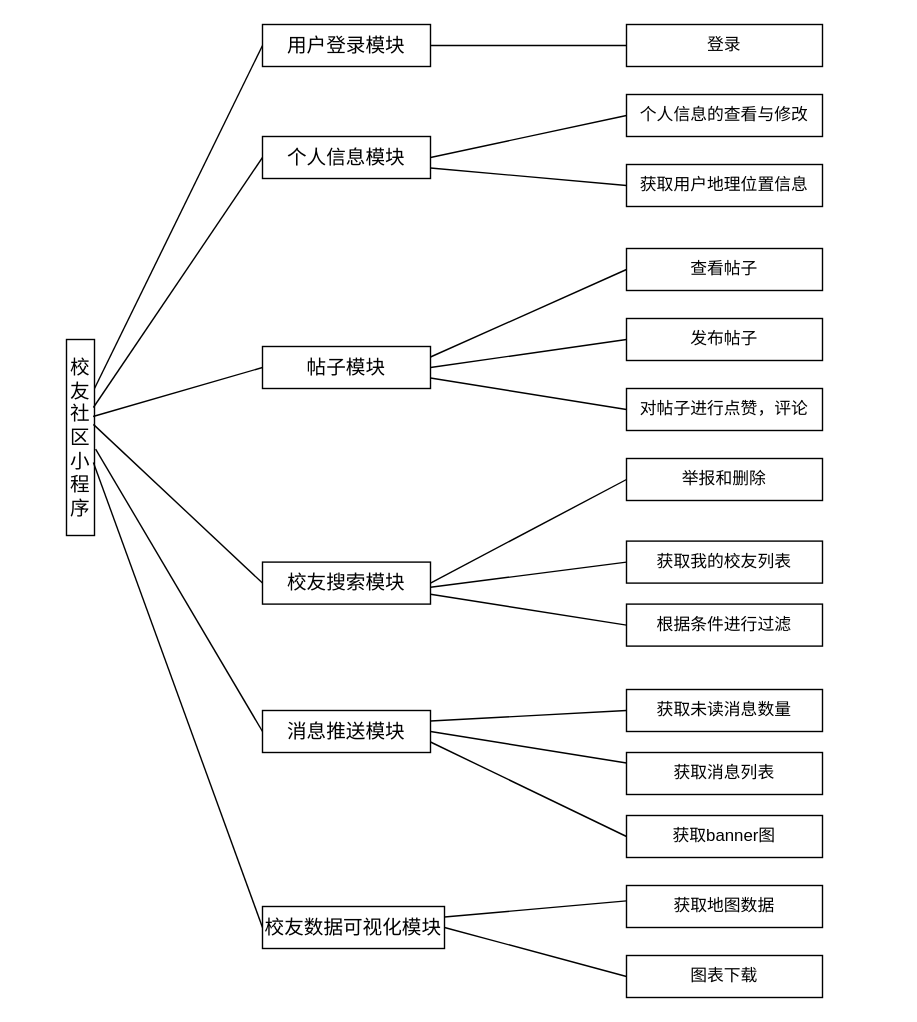
This is 系统功能结构图.drawio from geoffrey-h/code, a draw.io file, before an edit. Source tidied: cells renumbered, new cells numbered last; positions are measured from the earlier drawing's top-left corner, leaving out a move shared by most shapes. Both pictures are drawn from the tidied source at 140%, with x=0, y=0 at pixel (66, 24).
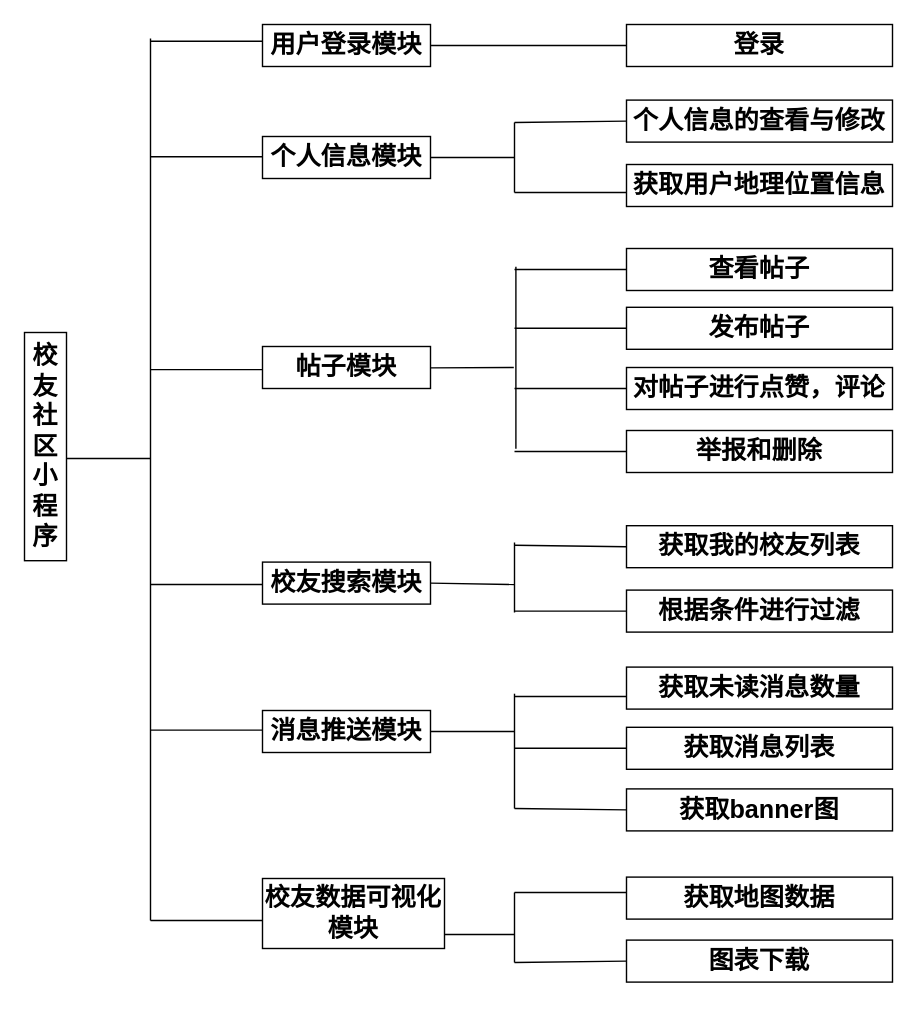
The same diagram, later.

Commit message:
更新系统功能结构图.drawio

Diff of the diagram source:
```diff
@@
-    <mxCell id="2" value="&lt;font style=&quot;font-size: 14px&quot;&gt;校友社区小程序&lt;/font&gt;" style="rounded=0;whiteSpace=wrap;html=1;direction=south;" parent="1" vertex="1">
-      <mxGeometry y="225" width="20" height="140" as="geometry" />
+    <mxCell id="2" value="&lt;font style=&quot;font-size: 18px&quot; face=&quot;宋体&quot;&gt;&lt;b&gt;校友社区小程序&lt;/b&gt;&lt;/font&gt;" style="rounded=0;whiteSpace=wrap;html=1;direction=south;" parent="1" vertex="1">
+      <mxGeometry x="-30" y="220" width="30" height="163" as="geometry" />
     </mxCell>
-    <mxCell id="3" value="&lt;font style=&quot;font-size: 14px&quot;&gt;用户登录模块&lt;/font&gt;" style="rounded=0;whiteSpace=wrap;html=1;" parent="1" vertex="1">
+    <mxCell id="3" value="&lt;font style=&quot;font-size: 18px&quot; face=&quot;宋体&quot;&gt;&lt;b&gt;用户登录模块&lt;/b&gt;&lt;/font&gt;" style="rounded=0;whiteSpace=wrap;html=1;" parent="1" vertex="1">
       <mxGeometry x="140" width="120" height="30" as="geometry" />
     </mxCell>
-    <mxCell id="4" value="&lt;font style=&quot;font-size: 14px&quot;&gt;个人信息模块&lt;/font&gt;" style="rounded=0;whiteSpace=wrap;html=1;" parent="1" vertex="1">
+    <mxCell id="4" value="&lt;font style=&quot;font-size: 18px&quot; face=&quot;宋体&quot;&gt;&lt;b&gt;个人信息模块&lt;/b&gt;&lt;/font&gt;" style="rounded=0;whiteSpace=wrap;html=1;" parent="1" vertex="1">
       <mxGeometry x="140" y="80" width="120" height="30" as="geometry" />
     </mxCell>
-    <mxCell id="5" value="&lt;font style=&quot;font-size: 14px&quot;&gt;帖子模块&lt;/font&gt;" style="rounded=0;whiteSpace=wrap;html=1;" parent="1" vertex="1">
+    <mxCell id="5" value="&lt;font style=&quot;font-size: 18px&quot; face=&quot;宋体&quot;&gt;&lt;b&gt;帖子模块&lt;/b&gt;&lt;/font&gt;" style="rounded=0;whiteSpace=wrap;html=1;" parent="1" vertex="1">
       <mxGeometry x="140" y="230" width="120" height="30" as="geometry" />
     </mxCell>
-    <mxCell id="6" value="&lt;font style=&quot;font-size: 14px&quot;&gt;校友搜索模块&lt;/font&gt;" style="rounded=0;whiteSpace=wrap;html=1;" parent="1" vertex="1">
+    <mxCell id="6" value="&lt;font style=&quot;font-size: 18px&quot; face=&quot;宋体&quot;&gt;&lt;b&gt;校友搜索模块&lt;/b&gt;&lt;/font&gt;" style="rounded=0;whiteSpace=wrap;html=1;" parent="1" vertex="1">
       <mxGeometry x="140" y="384" width="120" height="30" as="geometry" />
     </mxCell>
-    <mxCell id="7" value="&lt;font style=&quot;font-size: 14px&quot;&gt;消息推送模块&lt;/font&gt;" style="rounded=0;whiteSpace=wrap;html=1;" parent="1" vertex="1">
+    <mxCell id="7" value="&lt;font style=&quot;font-size: 18px&quot; face=&quot;宋体&quot;&gt;&lt;b&gt;消息推送模块&lt;/b&gt;&lt;/font&gt;" style="rounded=0;whiteSpace=wrap;html=1;" parent="1" vertex="1">
       <mxGeometry x="140" y="490" width="120" height="30" as="geometry" />
     </mxCell>
-    <mxCell id="8" value="&lt;font style=&quot;font-size: 14px&quot;&gt;校友数据可视化模块&lt;/font&gt;" style="rounded=0;whiteSpace=wrap;html=1;" parent="1" vertex="1">
-      <mxGeometry x="140" y="630" width="130" height="30" as="geometry" />
+    <mxCell id="8" value="&lt;font style=&quot;font-size: 18px&quot; face=&quot;宋体&quot;&gt;&lt;b&gt;校友数据可视化模块&lt;/b&gt;&lt;/font&gt;" style="rounded=0;whiteSpace=wrap;html=1;" parent="1" vertex="1">
+      <mxGeometry x="140" y="610" width="130" height="50" as="geometry" />
     </mxCell>
-    <mxCell id="9" value="登录" style="rounded=0;whiteSpace=wrap;html=1;" parent="1" vertex="1">
-      <mxGeometry x="400" width="140" height="30" as="geometry" />
+    <mxCell id="9" value="&lt;font style=&quot;font-size: 18px&quot; face=&quot;宋体&quot;&gt;&lt;b&gt;登录&lt;/b&gt;&lt;/font&gt;" style="rounded=0;whiteSpace=wrap;html=1;" parent="1" vertex="1">
+      <mxGeometry x="400" width="190" height="30" as="geometry" />
     </mxCell>
-    <mxCell id="10" value="个人信息的查看与修改" style="rounded=0;whiteSpace=wrap;html=1;" parent="1" vertex="1">
-      <mxGeometry x="400" y="50" width="140" height="30" as="geometry" />
+    <mxCell id="10" value="&lt;font style=&quot;font-size: 18px&quot; face=&quot;宋体&quot;&gt;&lt;b&gt;个人信息的查看与修改&lt;/b&gt;&lt;/font&gt;" style="rounded=0;whiteSpace=wrap;html=1;" parent="1" vertex="1">
+      <mxGeometry x="400" y="54" width="190" height="30" as="geometry" />
     </mxCell>
-    <mxCell id="11" value="获取用户地理位置信息" style="rounded=0;whiteSpace=wrap;html=1;" parent="1" vertex="1">
-      <mxGeometry x="400" y="100" width="140" height="30" as="geometry" />
+    <mxCell id="11" value="&lt;font style=&quot;font-size: 18px&quot; face=&quot;宋体&quot;&gt;&lt;b&gt;获取用户地理位置信息&lt;/b&gt;&lt;/font&gt;" style="rounded=0;whiteSpace=wrap;html=1;" parent="1" vertex="1">
+      <mxGeometry x="400" y="100" width="190" height="30" as="geometry" />
     </mxCell>
-    <mxCell id="12" value="查看帖子" style="rounded=0;whiteSpace=wrap;html=1;" parent="1" vertex="1">
-      <mxGeometry x="400" y="160" width="140" height="30" as="geometry" />
+    <mxCell id="12" value="&lt;font face=&quot;宋体&quot; style=&quot;font-size: 18px&quot;&gt;&lt;b&gt;查看帖子&lt;/b&gt;&lt;/font&gt;" style="rounded=0;whiteSpace=wrap;html=1;" parent="1" vertex="1">
+      <mxGeometry x="400" y="160" width="190" height="30" as="geometry" />
     </mxCell>
-    <mxCell id="13" value="发布帖子" style="rounded=0;whiteSpace=wrap;html=1;" parent="1" vertex="1">
-      <mxGeometry x="400" y="210" width="140" height="30" as="geometry" />
+    <mxCell id="13" value="&lt;font face=&quot;宋体&quot; style=&quot;font-size: 18px&quot;&gt;&lt;b&gt;发布帖子&lt;/b&gt;&lt;/font&gt;" style="rounded=0;whiteSpace=wrap;html=1;" parent="1" vertex="1">
+      <mxGeometry x="400" y="202" width="190" height="30" as="geometry" />
     </mxCell>
-    <mxCell id="14" value="对帖子进行点赞，评论" style="rounded=0;whiteSpace=wrap;html=1;" parent="1" vertex="1">
-      <mxGeometry x="400" y="260" width="140" height="30" as="geometry" />
+    <mxCell id="14" value="&lt;font face=&quot;宋体&quot; style=&quot;font-size: 18px&quot;&gt;&lt;b&gt;对帖子进行点赞，评论&lt;/b&gt;&lt;/font&gt;" style="rounded=0;whiteSpace=wrap;html=1;" parent="1" vertex="1">
+      <mxGeometry x="400" y="245" width="190" height="30" as="geometry" />
     </mxCell>
-    <mxCell id="15" value="举报和删除" style="rounded=0;whiteSpace=wrap;html=1;" parent="1" vertex="1">
-      <mxGeometry x="400" y="310" width="140" height="30" as="geometry" />
+    <mxCell id="15" value="&lt;font face=&quot;宋体&quot; style=&quot;font-size: 18px&quot;&gt;&lt;b&gt;举报和删除&lt;/b&gt;&lt;/font&gt;" style="rounded=0;whiteSpace=wrap;html=1;" parent="1" vertex="1">
+      <mxGeometry x="400" y="290" width="190" height="30" as="geometry" />
     </mxCell>
-    <mxCell id="16" value="获取我的校友列表" style="rounded=0;whiteSpace=wrap;html=1;" parent="1" vertex="1">
-      <mxGeometry x="400" y="369" width="140" height="30" as="geometry" />
+    <mxCell id="16" value="&lt;font style=&quot;font-size: 18px&quot; face=&quot;宋体&quot;&gt;&lt;b&gt;获取我的校友列表&lt;/b&gt;&lt;/font&gt;" style="rounded=0;whiteSpace=wrap;html=1;" parent="1" vertex="1">
+      <mxGeometry x="400" y="358" width="190" height="30" as="geometry" />
     </mxCell>
-    <mxCell id="17" value="根据条件进行过滤" style="rounded=0;whiteSpace=wrap;html=1;" parent="1" vertex="1">
-      <mxGeometry x="400" y="414" width="140" height="30" as="geometry" />
+    <mxCell id="17" value="&lt;font style=&quot;font-size: 18px&quot; face=&quot;宋体&quot;&gt;&lt;b&gt;根据条件进行过滤&lt;/b&gt;&lt;/font&gt;" style="rounded=0;whiteSpace=wrap;html=1;" parent="1" vertex="1">
+      <mxGeometry x="400" y="404" width="190" height="30" as="geometry" />
     </mxCell>
-    <mxCell id="18" value="获取未读消息数量" style="rounded=0;whiteSpace=wrap;html=1;" parent="1" vertex="1">
-      <mxGeometry x="400" y="475" width="140" height="30" as="geometry" />
+    <mxCell id="18" value="&lt;b&gt;&lt;font style=&quot;font-size: 18px&quot; face=&quot;宋体&quot;&gt;获取未读消息数量&lt;/font&gt;&lt;/b&gt;" style="rounded=0;whiteSpace=wrap;html=1;" parent="1" vertex="1">
+      <mxGeometry x="400" y="459" width="190" height="30" as="geometry" />
     </mxCell>
-    <mxCell id="19" value="获取消息列表" style="rounded=0;whiteSpace=wrap;html=1;" parent="1" vertex="1">
-      <mxGeometry x="400" y="520" width="140" height="30" as="geometry" />
+    <mxCell id="19" value="&lt;font style=&quot;font-size: 18px&quot; face=&quot;宋体&quot;&gt;&lt;b&gt;获取消息列表&lt;/b&gt;&lt;/font&gt;" style="rounded=0;whiteSpace=wrap;html=1;" parent="1" vertex="1">
+      <mxGeometry x="400" y="502" width="190" height="30" as="geometry" />
     </mxCell>
-    <mxCell id="20" value="获取banner图" style="rounded=0;whiteSpace=wrap;html=1;" parent="1" vertex="1">
-      <mxGeometry x="400" y="565" width="140" height="30" as="geometry" />
+    <mxCell id="20" value="&lt;font style=&quot;font-size: 18px&quot; face=&quot;宋体&quot;&gt;&lt;b&gt;获取banner图&lt;/b&gt;&lt;/font&gt;" style="rounded=0;whiteSpace=wrap;html=1;" parent="1" vertex="1">
+      <mxGeometry x="400" y="546" width="190" height="30" as="geometry" />
     </mxCell>
-    <mxCell id="21" value="获取地图数据" style="rounded=0;whiteSpace=wrap;html=1;" parent="1" vertex="1">
-      <mxGeometry x="400" y="615" width="140" height="30" as="geometry" />
+    <mxCell id="21" value="&lt;font face=&quot;宋体&quot; style=&quot;font-size: 18px&quot;&gt;&lt;b&gt;获取地图数据&lt;/b&gt;&lt;/font&gt;" style="rounded=0;whiteSpace=wrap;html=1;" parent="1" vertex="1">
+      <mxGeometry x="400" y="609" width="190" height="30" as="geometry" />
     </mxCell>
-    <mxCell id="22" value="图表下载" style="rounded=0;whiteSpace=wrap;html=1;" parent="1" vertex="1">
-      <mxGeometry x="400" y="665" width="140" height="30" as="geometry" />
+    <mxCell id="22" value="&lt;font style=&quot;font-size: 18px&quot; face=&quot;宋体&quot;&gt;&lt;b&gt;图表下载&lt;/b&gt;&lt;/font&gt;" style="rounded=0;whiteSpace=wrap;html=1;" parent="1" vertex="1">
+      <mxGeometry x="400" y="654" width="190" height="30" as="geometry" />
     </mxCell>
-    <mxCell id="23" style="endArrow=none;html=1;entryX=0;entryY=0.5;entryDx=0;entryDy=0;exitX=0.25;exitY=0;exitDx=0;exitDy=0;" parent="1" edge="1" source="2" target="3">
-      <mxGeometry relative="1" as="geometry" />
-    </mxCell>
-    <mxCell id="24" style="endArrow=none;html=1;entryX=0;entryY=0.5;entryDx=0;entryDy=0;exitX=0.347;exitY=0.04;exitDx=0;exitDy=0;exitPerimeter=0;" parent="1" edge="1" source="2" target="4">
-      <mxGeometry relative="1" as="geometry" />
-    </mxCell>
-    <mxCell id="25" style="endArrow=none;html=1;entryX=0;entryY=0.5;entryDx=0;entryDy=0;" parent="1" edge="1" target="5">
-      <mxGeometry relative="1" as="geometry">
-        <mxPoint x="19" y="280" as="sourcePoint" />
-      </mxGeometry>
-    </mxCell>
-    <mxCell id="26" style="endArrow=none;html=1;entryX=0;entryY=0.5;entryDx=0;entryDy=0;exitX=0.433;exitY=0.04;exitDx=0;exitDy=0;exitPerimeter=0;" parent="1" edge="1" source="2" target="6">
-      <mxGeometry relative="1" as="geometry" />
-    </mxCell>
-    <mxCell id="27" style="endArrow=none;html=1;entryX=0;entryY=0.5;entryDx=0;entryDy=0;exitX=0.559;exitY=-0.04;exitDx=0;exitDy=0;exitPerimeter=0;" parent="1" edge="1" source="2" target="7">
-      <mxGeometry relative="1" as="geometry" />
-    </mxCell>
-    <mxCell id="28" style="endArrow=none;html=1;entryX=0;entryY=0.5;entryDx=0;entryDy=0;exitX=0.627;exitY=0.04;exitDx=0;exitDy=0;exitPerimeter=0;" parent="1" edge="1" source="2" target="8">
-      <mxGeometry relative="1" as="geometry" />
-    </mxCell>
@@
-    <mxCell id="30" style="endArrow=none;html=1;entryX=0;entryY=0.5;entryDx=0;entryDy=0;exitX=1;exitY=0.5;exitDx=0;exitDy=0;" parent="1" edge="1" source="4" target="10">
-      <mxGeometry relative="1" as="geometry" />
-    </mxCell>
-    <mxCell id="31" style="endArrow=none;html=1;entryX=0;entryY=0.5;entryDx=0;entryDy=0;exitX=1;exitY=0.75;exitDx=0;exitDy=0;" parent="1" edge="1" source="4" target="11">
-      <mxGeometry relative="1" as="geometry" />
-    </mxCell>
-    <mxCell id="32" style="endArrow=none;html=1;entryX=0;entryY=0.5;entryDx=0;entryDy=0;exitX=1;exitY=0.25;exitDx=0;exitDy=0;" parent="1" edge="1" source="5" target="12">
-      <mxGeometry relative="1" as="geometry" />
-    </mxCell>
-    <mxCell id="33" style="endArrow=none;html=1;entryX=0;entryY=0.5;entryDx=0;entryDy=0;exitX=1;exitY=0.5;exitDx=0;exitDy=0;entryPerimeter=0;" parent="1" edge="1" source="5" target="13">
-      <mxGeometry relative="1" as="geometry" />
-    </mxCell>
-    <mxCell id="34" style="endArrow=none;html=1;entryX=0;entryY=0.5;entryDx=0;entryDy=0;exitX=1;exitY=0.75;exitDx=0;exitDy=0;" parent="1" edge="1" source="5" target="14">
-      <mxGeometry relative="1" as="geometry" />
-    </mxCell>
-    <mxCell id="35" style="endArrow=none;html=1;entryX=0;entryY=0.5;entryDx=0;entryDy=0;" parent="1" edge="1" target="15">
-      <mxGeometry relative="1" as="geometry">
-        <mxPoint x="260" y="399" as="sourcePoint" />
-      </mxGeometry>
-    </mxCell>
-    <mxCell id="36" style="endArrow=none;html=1;entryX=0;entryY=0.5;entryDx=0;entryDy=0;exitX=1;exitY=0.6;exitDx=0;exitDy=0;exitPerimeter=0;" parent="1" edge="1" source="6" target="16">
-      <mxGeometry relative="1" as="geometry" />
-    </mxCell>
-    <mxCell id="37" style="endArrow=none;html=1;entryX=0;entryY=0.5;entryDx=0;entryDy=0;" parent="1" edge="1" target="17">
-      <mxGeometry relative="1" as="geometry">
-        <mxPoint x="260" y="407" as="sourcePoint" />
-      </mxGeometry>
-    </mxCell>
-    <mxCell id="38" style="endArrow=none;html=1;entryX=0;entryY=0.5;entryDx=0;entryDy=0;exitX=1;exitY=0.25;exitDx=0;exitDy=0;" parent="1" edge="1" source="7" target="18">
-      <mxGeometry relative="1" as="geometry" />
-    </mxCell>
-    <mxCell id="39" style="endArrow=none;html=1;entryX=0;entryY=0.25;entryDx=0;entryDy=0;exitX=1;exitY=0.5;exitDx=0;exitDy=0;" parent="1" edge="1" source="7" target="19">
-      <mxGeometry relative="1" as="geometry" />
-    </mxCell>
-    <mxCell id="40" style="endArrow=none;html=1;entryX=0;entryY=0.5;entryDx=0;entryDy=0;exitX=1;exitY=0.75;exitDx=0;exitDy=0;" parent="1" edge="1" source="7" target="20">
-      <mxGeometry relative="1" as="geometry" />
-    </mxCell>
-    <mxCell id="41" style="endArrow=none;html=1;exitX=1;exitY=0.25;exitDx=0;exitDy=0;" parent="1" edge="1" source="8">
-      <mxGeometry relative="1" as="geometry">
-        <mxPoint x="400" y="626" as="targetPoint" />
-      </mxGeometry>
-    </mxCell>
-    <mxCell id="42" style="endArrow=none;html=1;exitX=1;exitY=0.5;exitDx=0;exitDy=0;entryX=0;entryY=0.5;entryDx=0;entryDy=0;" parent="1" edge="1" source="8" target="22">
-      <mxGeometry relative="1" as="geometry" />
-    </mxCell>
+    <mxCell id="43" style="endArrow=none;html=1;" parent="1" edge="1">
+      <mxGeometry relative="1" as="geometry">
+        <mxPoint x="60" y="640" as="sourcePoint" />
+        <mxPoint x="60" y="10" as="targetPoint" />
+      </mxGeometry>
+    </mxCell>
+    <mxCell id="44" style="endArrow=none;html=1;entryX=0;entryY=0.5;entryDx=0;entryDy=0;" parent="1" edge="1">
+      <mxGeometry relative="1" as="geometry">
+        <mxPoint x="60" y="12" as="sourcePoint" />
+        <mxPoint x="140" y="12" as="targetPoint" />
+      </mxGeometry>
+    </mxCell>
+    <mxCell id="45" style="endArrow=none;html=1;entryX=0;entryY=0.5;entryDx=0;entryDy=0;" parent="1" edge="1">
+      <mxGeometry relative="1" as="geometry">
+        <mxPoint x="60" y="94.5" as="sourcePoint" />
+        <mxPoint x="140" y="94.5" as="targetPoint" />
+      </mxGeometry>
+    </mxCell>
+    <mxCell id="46" style="endArrow=none;html=1;entryX=0;entryY=0.5;entryDx=0;entryDy=0;" parent="1" edge="1">
+      <mxGeometry relative="1" as="geometry">
+        <mxPoint x="60" y="246.5" as="sourcePoint" />
+        <mxPoint x="140" y="246.5" as="targetPoint" />
+      </mxGeometry>
+    </mxCell>
+    <mxCell id="47" style="endArrow=none;html=1;entryX=0;entryY=0.5;entryDx=0;entryDy=0;" parent="1" edge="1">
+      <mxGeometry relative="1" as="geometry">
+        <mxPoint x="60" y="400" as="sourcePoint" />
+        <mxPoint x="140" y="400" as="targetPoint" />
+      </mxGeometry>
+    </mxCell>
+    <mxCell id="48" style="endArrow=none;html=1;entryX=0;entryY=0.5;entryDx=0;entryDy=0;" parent="1" edge="1">
+      <mxGeometry relative="1" as="geometry">
+        <mxPoint x="60" y="504" as="sourcePoint" />
+        <mxPoint x="140" y="504" as="targetPoint" />
+      </mxGeometry>
+    </mxCell>
+    <mxCell id="49" style="endArrow=none;html=1;entryX=0;entryY=0.5;entryDx=0;entryDy=0;" parent="1" edge="1">
+      <mxGeometry relative="1" as="geometry">
+        <mxPoint x="60" y="640" as="sourcePoint" />
+        <mxPoint x="140" y="640" as="targetPoint" />
+      </mxGeometry>
+    </mxCell>
+    <mxCell id="50" style="endArrow=none;html=1;" parent="1" edge="1">
+      <mxGeometry relative="1" as="geometry">
+        <mxPoint y="310" as="sourcePoint" />
+        <mxPoint x="60" y="310" as="targetPoint" />
+      </mxGeometry>
+    </mxCell>
+    <mxCell id="51" style="endArrow=none;html=1;exitX=1;exitY=0.5;exitDx=0;exitDy=0;" parent="1" edge="1" source="4">
+      <mxGeometry relative="1" as="geometry">
+        <mxPoint x="320" y="95" as="targetPoint" />
+      </mxGeometry>
+    </mxCell>
+    <mxCell id="52" style="endArrow=none;html=1;exitX=1;exitY=0.5;exitDx=0;exitDy=0;" parent="1" edge="1">
+      <mxGeometry relative="1" as="geometry">
+        <mxPoint x="259.8" y="245.3" as="sourcePoint" />
+        <mxPoint x="319.5" y="245" as="targetPoint" />
+      </mxGeometry>
+    </mxCell>
+    <mxCell id="53" style="endArrow=none;html=1;exitX=1;exitY=0.5;exitDx=0;exitDy=0;" parent="1" edge="1" source="6">
+      <mxGeometry relative="1" as="geometry">
+        <mxPoint x="320" y="400" as="targetPoint" />
+      </mxGeometry>
+    </mxCell>
+    <mxCell id="54" style="endArrow=none;html=1;exitX=1;exitY=0.5;exitDx=0;exitDy=0;" parent="1" edge="1" source="7">
+      <mxGeometry relative="1" as="geometry">
+        <mxPoint x="320" y="505" as="targetPoint" />
+      </mxGeometry>
+    </mxCell>
+    <mxCell id="55" style="endArrow=none;html=1;fontFamily=Helvetica;fontSize=11;fontColor=#000000;align=center;strokeColor=#000000;" parent="1" edge="1">
+      <mxGeometry relative="1" as="geometry">
+        <mxPoint x="270" y="650" as="sourcePoint" />
+        <mxPoint x="320" y="650" as="targetPoint" />
+      </mxGeometry>
+    </mxCell>
+    <mxCell id="56" style="endArrow=none;html=1;" parent="1" edge="1">
+      <mxGeometry relative="1" as="geometry">
+        <mxPoint x="320" y="120" as="sourcePoint" />
+        <mxPoint x="320" y="70" as="targetPoint" />
+      </mxGeometry>
+    </mxCell>
+    <mxCell id="57" style="endArrow=none;html=1;entryX=0;entryY=0.5;entryDx=0;entryDy=0;" parent="1" edge="1" target="10">
+      <mxGeometry relative="1" as="geometry">
+        <mxPoint x="320" y="70" as="sourcePoint" />
+      </mxGeometry>
+    </mxCell>
+    <mxCell id="58" style="endArrow=none;html=1;" parent="1" edge="1">
+      <mxGeometry relative="1" as="geometry">
+        <mxPoint x="320" y="120" as="sourcePoint" />
+        <mxPoint x="400" y="120" as="targetPoint" />
+      </mxGeometry>
+    </mxCell>
+    <mxCell id="59" style="endArrow=none;html=1;" parent="1" edge="1">
+      <mxGeometry relative="1" as="geometry">
+        <mxPoint x="321" y="173" as="sourcePoint" />
+        <mxPoint x="321" y="303" as="targetPoint" />
+      </mxGeometry>
+    </mxCell>
+    <mxCell id="60" style="endArrow=none;html=1;entryX=0;entryY=0.5;entryDx=0;entryDy=0;" parent="1" edge="1" target="12">
+      <mxGeometry relative="1" as="geometry">
+        <mxPoint x="320" y="175" as="sourcePoint" />
+      </mxGeometry>
+    </mxCell>
+    <mxCell id="61" style="endArrow=none;html=1;entryX=0;entryY=0.5;entryDx=0;entryDy=0;" parent="1" edge="1" target="13">
+      <mxGeometry relative="1" as="geometry">
+        <mxPoint x="320" y="217" as="sourcePoint" />
+      </mxGeometry>
+    </mxCell>
+    <mxCell id="62" style="endArrow=none;html=1;entryX=0;entryY=0.5;entryDx=0;entryDy=0;" parent="1" edge="1" target="14">
+      <mxGeometry relative="1" as="geometry">
+        <mxPoint x="320" y="260" as="sourcePoint" />
+      </mxGeometry>
+    </mxCell>
+    <mxCell id="63" style="endArrow=none;html=1;entryX=0;entryY=0.5;entryDx=0;entryDy=0;" parent="1" edge="1" target="15">
+      <mxGeometry relative="1" as="geometry">
+        <mxPoint x="320" y="305" as="sourcePoint" />
+      </mxGeometry>
+    </mxCell>
+    <mxCell id="64" style="endArrow=none;html=1;" parent="1" edge="1">
+      <mxGeometry relative="1" as="geometry">
+        <mxPoint x="320" y="420" as="sourcePoint" />
+        <mxPoint x="320" y="370" as="targetPoint" />
+      </mxGeometry>
+    </mxCell>
+    <mxCell id="65" style="endArrow=none;html=1;entryX=0;entryY=0.5;entryDx=0;entryDy=0;" parent="1" edge="1" target="16">
+      <mxGeometry relative="1" as="geometry">
+        <mxPoint x="320" y="372" as="sourcePoint" />
+      </mxGeometry>
+    </mxCell>
+    <mxCell id="66" style="endArrow=none;html=1;" parent="1" edge="1" source="17">
+      <mxGeometry relative="1" as="geometry">
+        <mxPoint x="320" y="419" as="targetPoint" />
+      </mxGeometry>
+    </mxCell>
+    <mxCell id="67" style="endArrow=none;html=1;" parent="1" edge="1">
+      <mxGeometry relative="1" as="geometry">
+        <mxPoint x="320" y="560" as="sourcePoint" />
+        <mxPoint x="320" y="478" as="targetPoint" />
+      </mxGeometry>
+    </mxCell>
+    <mxCell id="68" style="endArrow=none;html=1;" parent="1" edge="1">
+      <mxGeometry relative="1" as="geometry">
+        <mxPoint x="320" y="480" as="sourcePoint" />
+        <mxPoint x="400" y="480" as="targetPoint" />
+      </mxGeometry>
+    </mxCell>
+    <mxCell id="69" style="endArrow=none;html=1;" parent="1" edge="1">
+      <mxGeometry relative="1" as="geometry">
+        <mxPoint x="320" y="517" as="sourcePoint" />
+        <mxPoint x="400" y="517" as="targetPoint" />
+      </mxGeometry>
+    </mxCell>
+    <mxCell id="70" style="endArrow=none;html=1;entryX=0;entryY=0.5;entryDx=0;entryDy=0;" parent="1" edge="1" target="20">
+      <mxGeometry relative="1" as="geometry">
+        <mxPoint x="320" y="560" as="sourcePoint" />
+      </mxGeometry>
+    </mxCell>
+    <mxCell id="71" style="endArrow=none;html=1;" parent="1" edge="1">
+      <mxGeometry relative="1" as="geometry">
+        <mxPoint x="320" y="670" as="sourcePoint" />
+        <mxPoint x="320" y="620" as="targetPoint" />
+      </mxGeometry>
+    </mxCell>
+    <mxCell id="72" style="endArrow=none;html=1;" parent="1" edge="1">
+      <mxGeometry relative="1" as="geometry">
+        <mxPoint x="320" y="620" as="sourcePoint" />
+        <mxPoint x="400" y="620" as="targetPoint" />
+      </mxGeometry>
+    </mxCell>
+    <mxCell id="73" style="endArrow=none;html=1;entryX=0;entryY=0.5;entryDx=0;entryDy=0;" parent="1" edge="1" target="22">
+      <mxGeometry relative="1" as="geometry">
+        <mxPoint x="320" y="670" as="sourcePoint" />
+      </mxGeometry>
+    </mxCell>
```
